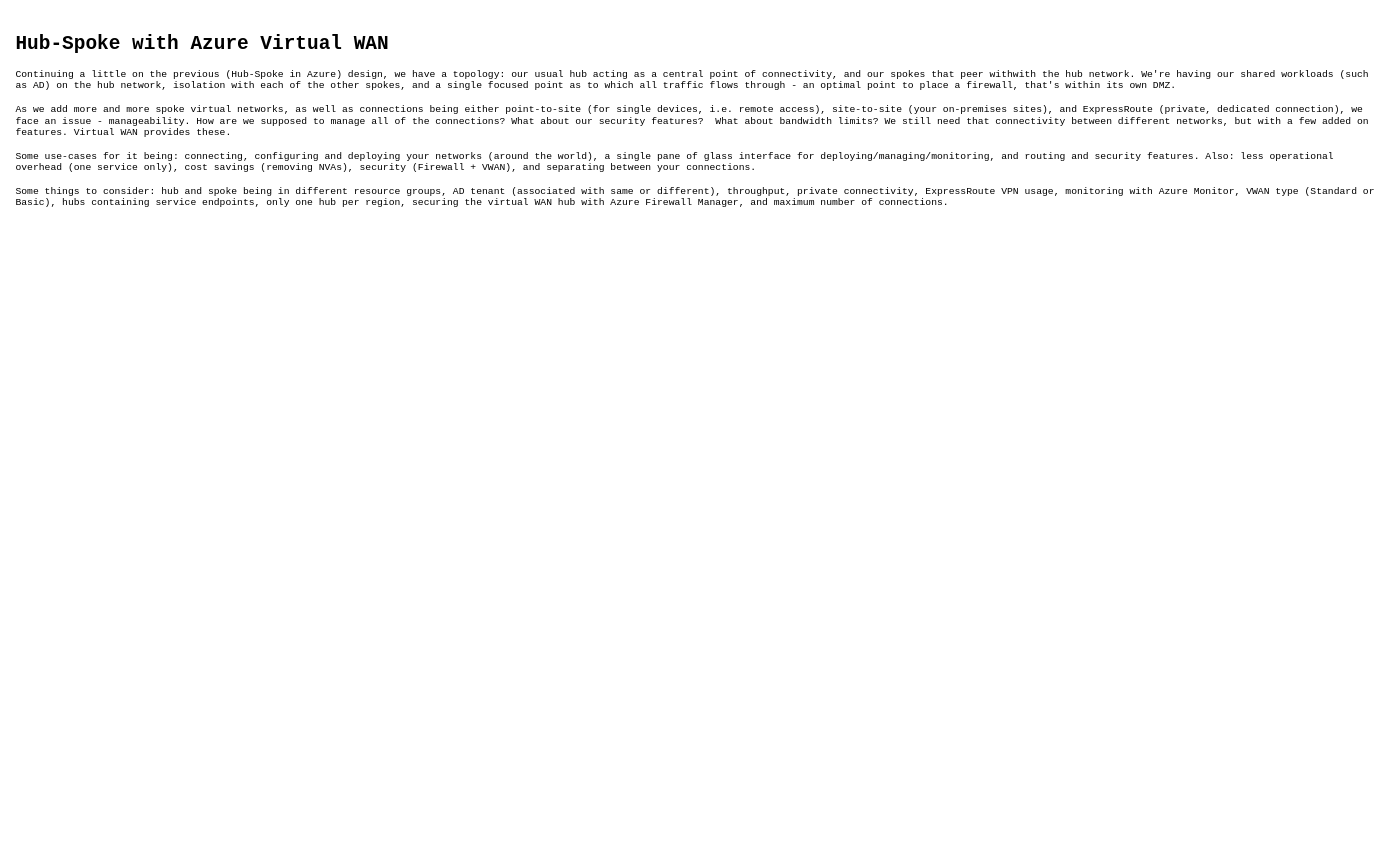
The draw.io diagram page "Hub-Spoke with Azure Virtual WAN (WIP)" (3 of 3) of Cloud/Infrastructure_Architecture.drawio in hmahmood2351/Home_Labs, before the edit. Source tidied: cells renumbered, new cells numbered last; positions are measured from the earlier drawing's top-left corner, leaving out a move shared by most shapes. Both pictures are drawn from the tidied source at 81%, with x=0, y=0 at pixel (14, 14).
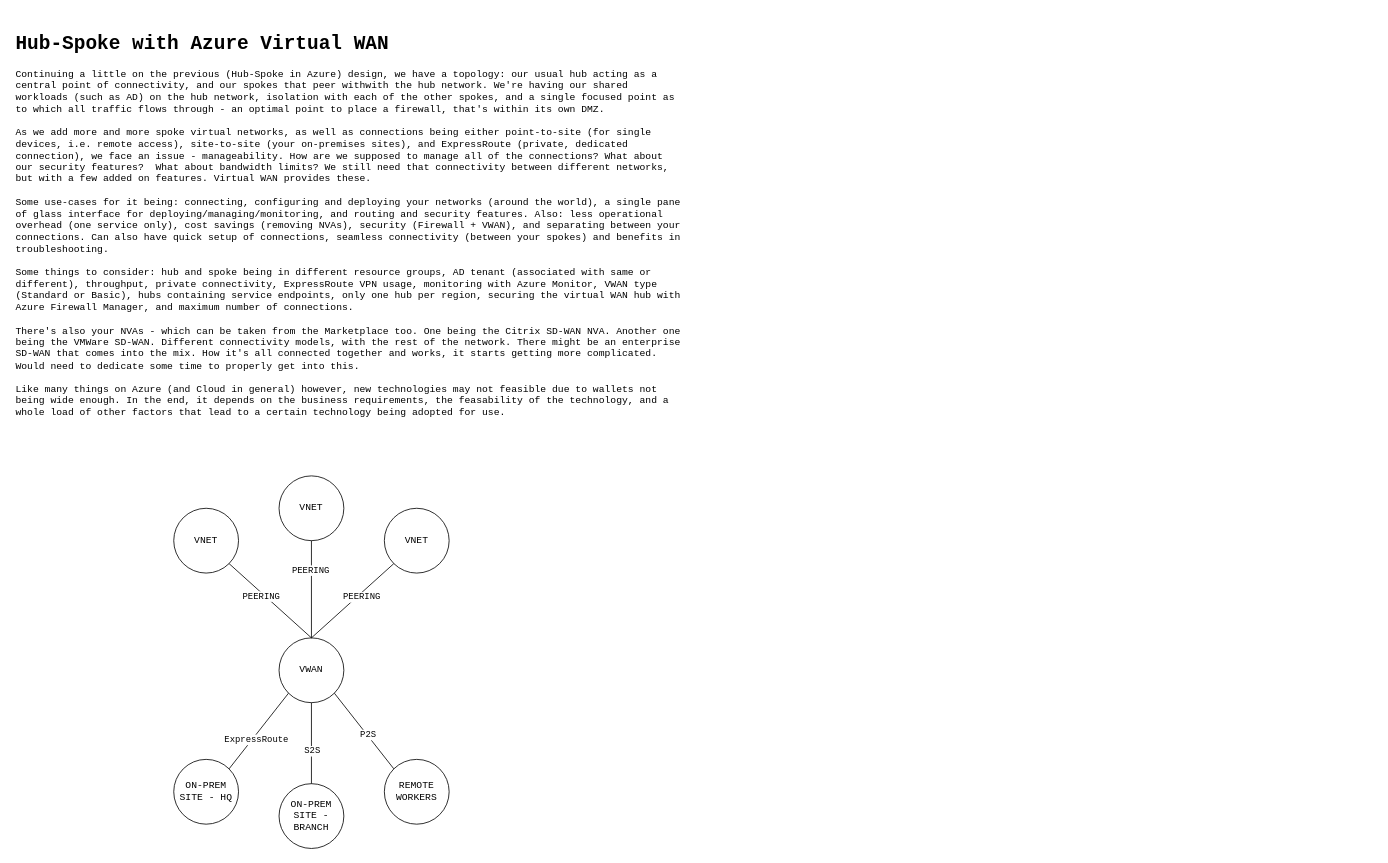
After the change.

Diff of the diagram source:
```diff
@@
-    <mxCell id="2" value="&lt;h1&gt;Hub-Spoke with Azure Virtual WAN&lt;/h1&gt;&lt;div&gt;Continuing a little on the previous (Hub-Spoke in Azure) design, we have a topology: our usual hub acting as a central point of connectivity, and our spokes that peer withwith the hub network. We're having our shared workloads (such as AD) on the hub network, isolation with each of the other spokes, and a single focused point as to which all traffic flows through - an optimal point to place a firewall, that's within its own DMZ.&amp;nbsp;&lt;/div&gt;&lt;div&gt;&lt;br&gt;&lt;/div&gt;&lt;div&gt;As we add more and more spoke virtual networks, as well as connections being either point-to-site (for single devices, i.e. remote access), site-to-site (your on-premises sites), and ExpressRoute (private, dedicated connection), we face an issue -&amp;nbsp;&lt;span class=&quot;ILfuVd&quot;&gt;manageability&lt;/span&gt;. How are we supposed to manage all of the connections? What about our security features?&amp;nbsp; What about bandwidth limits? We still need that connectivity between different networks, but with a few added on features. Virtual WAN provides these.&lt;/div&gt;&lt;div&gt;&lt;br&gt;&lt;/div&gt;&lt;div&gt;Some use-cases for it being: connecting, configuring and deploying your networks (around the world), a single pane of glass interface for deploying/managing/monitoring, and routing and security features. Also: less operational overhead (one service only), cost savings (removing NVAs), security (Firewall + VWAN), and separating between your connections.&lt;/div&gt;&lt;div&gt;&lt;br&gt;&lt;/div&gt;&lt;div&gt;Some things to consider: hub and spoke being in different resource groups, AD tenant (associated with same or different), throughput, private connectivity, ExpressRoute VPN usage, monitoring with Azure Monitor, VWAN type (Standard or Basic), hubs containing service endpoints, only one hub per region, securing the virtual WAN hub with Azure Firewall Manager, and maximum number of connections.&amp;nbsp;&lt;/div&gt;&lt;div&gt;&lt;br&gt;&lt;/div&gt;&lt;div&gt;&lt;br&gt;&lt;/div&gt;&lt;div&gt;&lt;br&gt;&lt;/div&gt;&lt;div&gt;&amp;nbsp;&lt;/div&gt;&lt;div&gt;&lt;br style=&quot;color: rgb(0 , 0 , 0) ; font-family: &amp;#34;courier new&amp;#34; ; font-size: 12px ; font-style: normal ; font-weight: 400 ; letter-spacing: normal ; text-align: left ; text-indent: 0px ; text-transform: none ; word-spacing: 0px ; background-color: rgb(248 , 249 , 250)&quot;&gt;&lt;br&gt;&lt;br&gt;&lt;/div&gt;" style="text;whiteSpace=wrap;html=1;fontFamily=Courier New;" parent="1" vertex="1">
-      <mxGeometry width="1680" height="320" as="geometry" />
+    <mxCell id="2" value="&lt;h1&gt;Hub-Spoke with Azure Virtual WAN&lt;/h1&gt;&lt;div&gt;Continuing a little on the previous (Hub-Spoke in Azure) design, we have a topology: our usual hub acting as a central point of connectivity, and our spokes that peer withwith the hub network. We're having our shared workloads (such as AD) on the hub network, isolation with each of the other spokes, and a single focused point as to which all traffic flows through - an optimal point to place a firewall, that's within its own DMZ.&amp;nbsp;&lt;/div&gt;&lt;div&gt;&lt;br&gt;&lt;/div&gt;&lt;div&gt;As we add more and more spoke virtual networks, as well as connections being either point-to-site (for single devices, i.e. remote access), site-to-site (your on-premises sites), and ExpressRoute (private, dedicated connection), we face an issue -&amp;nbsp;&lt;span class=&quot;ILfuVd&quot;&gt;manageability&lt;/span&gt;. How are we supposed to manage all of the connections? What about our security features?&amp;nbsp; What about bandwidth limits? We still need that connectivity between different networks, but with a few added on features. Virtual WAN provides these.&lt;/div&gt;&lt;div&gt;&lt;br&gt;&lt;/div&gt;&lt;div&gt;Some use-cases for it being: connecting, configuring and deploying your networks (around the world), a single pane of glass interface for deploying/managing/monitoring, and routing and security features. Also: less operational overhead (one service only), cost savings (removing NVAs), security (Firewall + VWAN), and separating between your connections. Can also have quick setup of connections, seamless connectivity (between your spokes) and benefits in troubleshooting.&lt;/div&gt;&lt;div&gt;&lt;br&gt;&lt;/div&gt;&lt;div&gt;Some things to consider: hub and spoke being in different resource groups, AD tenant (associated with same or different), throughput, private connectivity, ExpressRoute VPN usage, monitoring with Azure Monitor, VWAN type (Standard or Basic), hubs containing service endpoints, only one hub per region, securing the virtual WAN hub with Azure Firewall Manager, and maximum number of connections.&amp;nbsp;&lt;br&gt;&lt;br&gt;There's also your NVAs - which can be taken from the Marketplace too. One being the Citrix SD-WAN NVA. Another one being the VMWare SD-WAN. Different connectivity models, with the rest of the network. There might be an enterprise SD-WAN that comes into the mix. How it's all connected together and works, it starts getting more complicated. Would need to dedicate some time to properly get into this.&amp;nbsp;&lt;/div&gt;&lt;div&gt;&lt;br&gt;&lt;/div&gt;&lt;div&gt;Like many things on Azure (and Cloud in general) however, new technologies may not feasible due to wallets not being wide enough. In the end, it depends on the business requirements, the feasability of the technology, and a whole load of other factors that lead to a certain technology being adopted for use.&lt;/div&gt;&lt;div&gt;&lt;br&gt;&lt;/div&gt;&lt;div&gt;&lt;br&gt;&lt;/div&gt;&lt;div&gt;&lt;br&gt;&lt;/div&gt;&lt;div&gt;&amp;nbsp;&lt;/div&gt;&lt;div&gt;&lt;br style=&quot;color: rgb(0 , 0 , 0) ; font-family: &amp;#34;courier new&amp;#34; ; font-size: 12px ; font-style: normal ; font-weight: 400 ; letter-spacing: normal ; text-align: left ; text-indent: 0px ; text-transform: none ; word-spacing: 0px ; background-color: rgb(248 , 249 , 250)&quot;&gt;&lt;br&gt;&lt;br&gt;&lt;/div&gt;" style="text;whiteSpace=wrap;html=1;fontFamily=Courier New;" parent="1" vertex="1">
+      <mxGeometry width="825" height="270" as="geometry" />
     </mxCell>
+    <mxCell id="3" value="VWAN" style="ellipse;whiteSpace=wrap;html=1;fontFamily=Courier New;" parent="1" vertex="1">
+      <mxGeometry x="327" y="770" width="80" height="80" as="geometry" />
+    </mxCell>
+    <mxCell id="4" value="VNET" style="ellipse;whiteSpace=wrap;html=1;fontFamily=Courier New;" parent="1" vertex="1">
+      <mxGeometry x="197" y="610" width="80" height="80" as="geometry" />
+    </mxCell>
+    <mxCell id="5" value="VNET" style="ellipse;whiteSpace=wrap;html=1;fontFamily=Courier New;" parent="1" vertex="1">
+      <mxGeometry x="327" y="570" width="80" height="80" as="geometry" />
+    </mxCell>
+    <mxCell id="6" value="VNET" style="ellipse;whiteSpace=wrap;html=1;fontFamily=Courier New;" parent="1" vertex="1">
+      <mxGeometry x="457" y="610" width="80" height="80" as="geometry" />
+    </mxCell>
+    <mxCell id="7" value="ON-PREM SITE - BRANCH" style="ellipse;whiteSpace=wrap;html=1;fontFamily=Courier New;" parent="1" vertex="1">
+      <mxGeometry x="327" y="950" width="80" height="80" as="geometry" />
+    </mxCell>
+    <mxCell id="8" value="REMOTE WORKERS" style="ellipse;whiteSpace=wrap;html=1;fontFamily=Courier New;" parent="1" vertex="1">
+      <mxGeometry x="457" y="920" width="80" height="80" as="geometry" />
+    </mxCell>
+    <mxCell id="9" value="ON-PREM SITE - HQ" style="ellipse;whiteSpace=wrap;html=1;fontFamily=Courier New;" parent="1" vertex="1">
+      <mxGeometry x="197" y="920" width="80" height="80" as="geometry" />
+    </mxCell>
+    <mxCell id="10" style="endArrow=none;html=1;fontFamily=Courier New;entryX=0.5;entryY=1;entryDx=0;entryDy=0;exitX=0.5;exitY=0;exitDx=0;exitDy=0;" parent="1" edge="1" source="3" target="5">
+      <mxGeometry relative="1" as="geometry" />
+    </mxCell>
+    <mxCell id="11" value="PEERING" style="edgeLabel;html=1;align=center;verticalAlign=middle;fontFamily=Courier New;" parent="10" vertex="1">
+      <mxGeometry x="0.4" y="2" relative="1" as="geometry" />
+    </mxCell>
+    <mxCell id="12" style="endArrow=none;html=1;fontFamily=Courier New;entryX=0;entryY=1;entryDx=0;entryDy=0;exitX=0.5;exitY=0;exitDx=0;exitDy=0;" parent="1" edge="1" source="3" target="6">
+      <mxGeometry relative="1" as="geometry" />
+    </mxCell>
+    <mxCell id="13" value="PEERING" style="edgeLabel;html=1;align=center;verticalAlign=middle;fontFamily=Courier New;" parent="12" vertex="1">
+      <mxGeometry x="-0.21" y="-3" relative="1" as="geometry">
+        <mxPoint x="19" y="-17" as="offset" />
+      </mxGeometry>
+    </mxCell>
+    <mxCell id="14" style="endArrow=none;html=1;fontFamily=Courier New;entryX=1;entryY=1;entryDx=0;entryDy=0;exitX=0.5;exitY=0;exitDx=0;exitDy=0;" parent="1" edge="1" source="3" target="4">
+      <mxGeometry relative="1" as="geometry" />
+    </mxCell>
+    <mxCell id="15" value="PEERING" style="edgeLabel;html=1;align=center;verticalAlign=middle;fontFamily=Courier New;" parent="14" vertex="1">
+      <mxGeometry x="0.18" y="4" relative="1" as="geometry" />
+    </mxCell>
+    <mxCell id="16" style="endArrow=none;html=1;fontFamily=Courier New;entryX=1;entryY=0;entryDx=0;entryDy=0;exitX=0;exitY=1;exitDx=0;exitDy=0;" parent="1" edge="1" source="3" target="9">
+      <mxGeometry relative="1" as="geometry" />
+    </mxCell>
+    <mxCell id="17" value="ExpressRoute" style="edgeLabel;html=1;align=center;verticalAlign=middle;fontFamily=Courier New;" parent="16" vertex="1">
+      <mxGeometry x="0.18" y="4" relative="1" as="geometry" />
+    </mxCell>
+    <mxCell id="18" style="endArrow=none;html=1;fontFamily=Courier New;entryX=0.5;entryY=0;entryDx=0;entryDy=0;exitX=0.5;exitY=1;exitDx=0;exitDy=0;" parent="1" edge="1" source="3" target="7">
+      <mxGeometry relative="1" as="geometry" />
+    </mxCell>
+    <mxCell id="19" value="S2S" style="edgeLabel;html=1;align=center;verticalAlign=middle;fontFamily=Courier New;" parent="18" vertex="1">
+      <mxGeometry x="0.18" y="4" relative="1" as="geometry">
+        <mxPoint x="-4" as="offset" />
+      </mxGeometry>
+    </mxCell>
+    <mxCell id="20" style="endArrow=none;html=1;fontFamily=Courier New;entryX=0;entryY=0;entryDx=0;entryDy=0;exitX=1;exitY=1;exitDx=0;exitDy=0;" parent="1" edge="1" source="3" target="8">
+      <mxGeometry relative="1" as="geometry" />
+    </mxCell>
+    <mxCell id="21" value="P2S" style="edgeLabel;html=1;align=center;verticalAlign=middle;fontFamily=Courier New;" parent="20" vertex="1">
+      <mxGeometry x="0.18" y="4" relative="1" as="geometry">
+        <mxPoint x="-5" y="-1" as="offset" />
+      </mxGeometry>
+    </mxCell>
```
